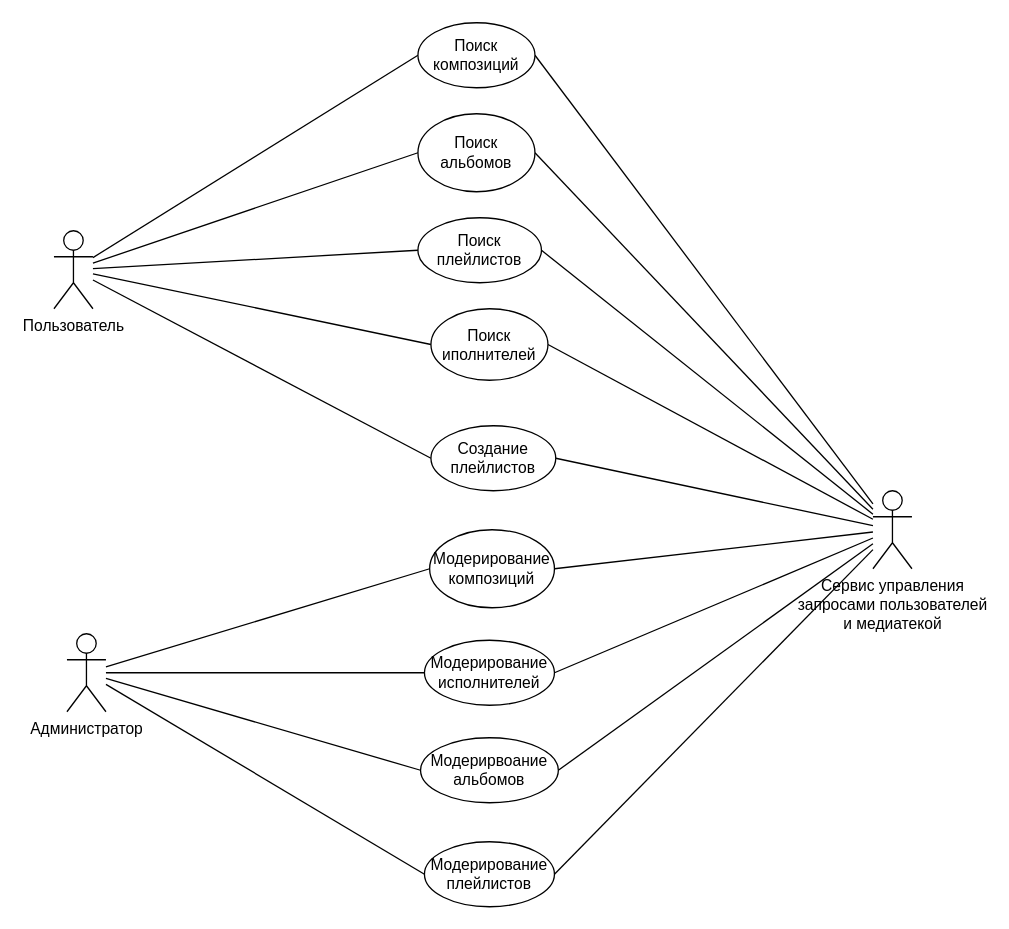
UmbrellaLeaf5/music_library_database keeps this draw.io diagram as use_case_diagram/use_case_diafram.drawio. Above is the earlier version. Source tidied: cells renumbered, new cells numbered last; positions are measured from the earlier drawing's top-left corner, leaving out a move shared by most shapes. Both pictures are drawn from the tidied source at 130%, with x=0, y=0 at pixel (53, 22).
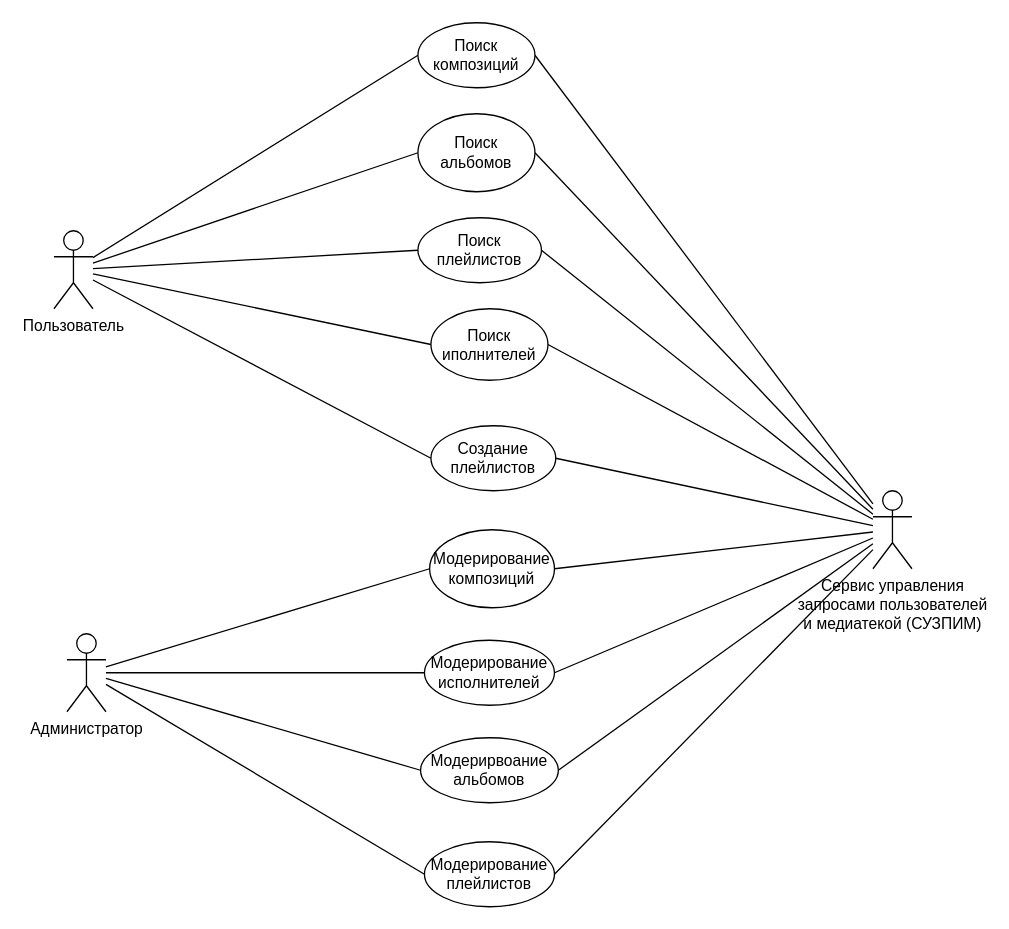
The same page after the edit.

Change to the diagram source:
```diff
@@
-    <mxCell id="11" value="Сервис управления&lt;br&gt;запросами пользователей&lt;br&gt;и медиатекой" style="shape=umlActor;verticalLabelPosition=bottom;verticalAlign=top;html=1;outlineConnect=0;" parent="1" vertex="1">
+    <mxCell id="11" value="Сервис управления&lt;br&gt;запросами пользователей&lt;br&gt;и медиатекой (СУЗПИМ)" style="shape=umlActor;verticalLabelPosition=bottom;verticalAlign=top;html=1;outlineConnect=0;" parent="1" vertex="1">
       <mxGeometry x="630" y="360" width="30" height="60" as="geometry" />
     </mxCell>
```
